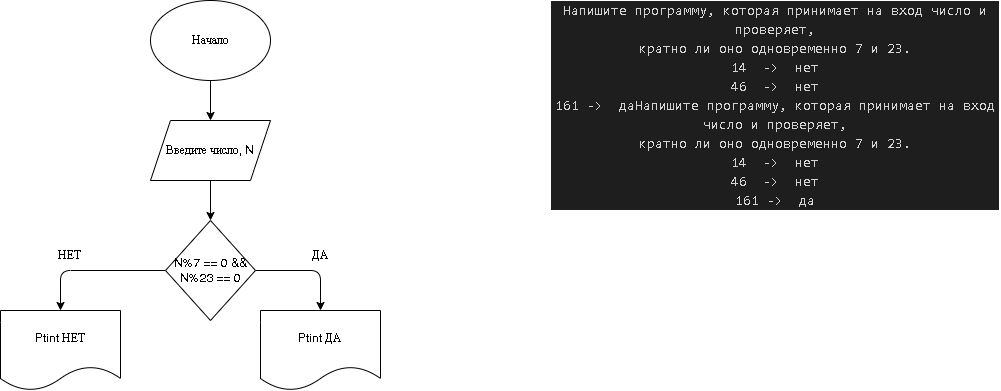
Earlier version of the draw.io export Tasks/Ex015_7-23/diagram.drawio.png (dvmax1984/Csharp25022023). Source tidied: cells renumbered, new cells last; positions are measured from the earlier drawing's top-left corner, leaving out a move shared by most shapes. The source it was exported from:
```xml
<mxGraphModel>
  <root>
    <mxCell id="0" />
    <mxCell id="1" parent="0" />
    <mxCell id="2" style="edgeStyle=none;html=1;" parent="1" edge="1" source="3" target="6">
      <mxGeometry relative="1" as="geometry" />
    </mxCell>
    <mxCell id="3" value="Начало" style="ellipse;whiteSpace=wrap;html=1;" parent="1" vertex="1">
      <mxGeometry x="150" width="120" height="80" as="geometry" />
    </mxCell>
    <mxCell id="4" value="&lt;div style=&quot;color: rgb(212, 212, 212); background-color: rgb(30, 30, 30); font-family: Consolas, &amp;quot;Courier New&amp;quot;, monospace; font-size: 14px; line-height: 19px;&quot;&gt;&lt;div&gt;Напишите программу, которая принимает на вход число и проверяет, &lt;/div&gt;&lt;div&gt;кратно ли оно одновременно 7 и 23.&lt;/div&gt;&lt;div&gt;14 &amp;nbsp;-&amp;gt; &amp;nbsp;нет&lt;/div&gt;&lt;div&gt;46 &amp;nbsp;-&amp;gt; &amp;nbsp;нет&lt;/div&gt;&lt;div&gt;161 -&amp;gt; &amp;nbsp;даНапишите программу, которая принимает на вход число и проверяет, &lt;/div&gt;&lt;div style=&quot;line-height: 19px;&quot;&gt;&lt;div&gt;кратно ли оно одновременно 7 и 23.&lt;/div&gt;&lt;div&gt;14 &amp;nbsp;-&amp;gt; &amp;nbsp;нет&lt;/div&gt;&lt;div&gt;46 &amp;nbsp;-&amp;gt; &amp;nbsp;нет&lt;/div&gt;&lt;div&gt;161 -&amp;gt; &amp;nbsp;да&lt;/div&gt;&lt;/div&gt;&lt;/div&gt;" style="text;strokeColor=none;align=center;fillColor=none;html=1;verticalAlign=middle;whiteSpace=wrap;rounded=0;" parent="1" vertex="1">
      <mxGeometry x="550" y="30" width="450" height="150" as="geometry" />
    </mxCell>
    <mxCell id="5" style="edgeStyle=none;html=1;" parent="1" edge="1" source="6" target="9">
      <mxGeometry relative="1" as="geometry" />
    </mxCell>
    <mxCell id="6" value="Введите число, N" style="shape=parallelogram;perimeter=parallelogramPerimeter;whiteSpace=wrap;html=1;fixedSize=1;" parent="1" vertex="1">
      <mxGeometry x="150" y="120" width="120" height="60" as="geometry" />
    </mxCell>
    <mxCell id="7" style="edgeStyle=none;html=1;exitX=1;exitY=0.5;exitDx=0;exitDy=0;entryX=0.5;entryY=0;entryDx=0;entryDy=0;" parent="1" edge="1" source="9" target="10">
      <mxGeometry relative="1" as="geometry">
        <Array as="points">
          <mxPoint x="320" y="270" />
        </Array>
      </mxGeometry>
    </mxCell>
    <mxCell id="8" style="edgeStyle=none;html=1;exitX=0;exitY=0.5;exitDx=0;exitDy=0;entryX=0.5;entryY=0;entryDx=0;entryDy=0;" parent="1" edge="1" source="9" target="11">
      <mxGeometry relative="1" as="geometry">
        <Array as="points">
          <mxPoint x="60" y="270" />
        </Array>
      </mxGeometry>
    </mxCell>
    <mxCell id="9" value="N%7 == 0 &amp;amp;&amp;amp; N%23 == 0" style="rhombus;whiteSpace=wrap;html=1;" parent="1" vertex="1">
      <mxGeometry x="165" y="220" width="90" height="100" as="geometry" />
    </mxCell>
    <mxCell id="10" value="Ptint ДА" style="shape=document;whiteSpace=wrap;html=1;boundedLbl=1;" parent="1" vertex="1">
      <mxGeometry x="260" y="310" width="120" height="80" as="geometry" />
    </mxCell>
    <mxCell id="11" value="Ptint НЕТ" style="shape=document;whiteSpace=wrap;html=1;boundedLbl=1;" parent="1" vertex="1">
      <mxGeometry y="310" width="120" height="80" as="geometry" />
    </mxCell>
    <mxCell id="12" value="ДА" style="text;strokeColor=none;align=center;fillColor=none;html=1;verticalAlign=middle;whiteSpace=wrap;rounded=0;" parent="1" vertex="1">
      <mxGeometry x="290" y="240" width="60" height="30" as="geometry" />
    </mxCell>
    <mxCell id="13" value="НЕТ" style="text;strokeColor=none;align=center;fillColor=none;html=1;verticalAlign=middle;whiteSpace=wrap;rounded=0;" parent="1" vertex="1">
      <mxGeometry x="40" y="240" width="60" height="30" as="geometry" />
    </mxCell>
  </root>
</mxGraphModel>
```
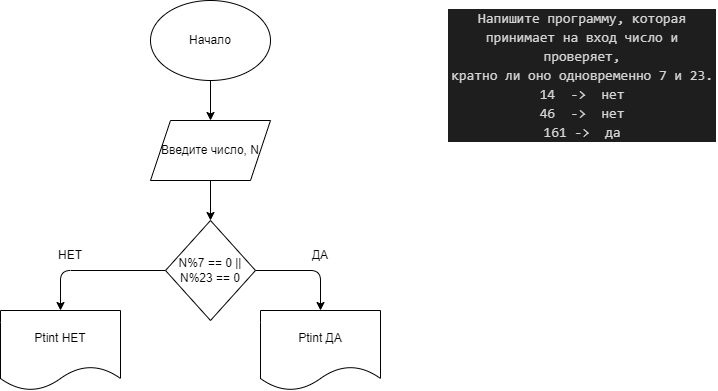
Later version of the same file.

The edit, as a diff of the source:
```diff
@@ -8,8 +8,8 @@
     <mxCell id="3" value="Начало" style="ellipse;whiteSpace=wrap;html=1;" parent="1" vertex="1">
       <mxGeometry x="150" width="120" height="80" as="geometry" />
     </mxCell>
-    <mxCell id="4" value="&lt;div style=&quot;color: rgb(212, 212, 212); background-color: rgb(30, 30, 30); font-family: Consolas, &amp;quot;Courier New&amp;quot;, monospace; font-size: 14px; line-height: 19px;&quot;&gt;&lt;div&gt;Напишите программу, которая принимает на вход число и проверяет, &lt;/div&gt;&lt;div&gt;кратно ли оно одновременно 7 и 23.&lt;/div&gt;&lt;div&gt;14 &amp;nbsp;-&amp;gt; &amp;nbsp;нет&lt;/div&gt;&lt;div&gt;46 &amp;nbsp;-&amp;gt; &amp;nbsp;нет&lt;/div&gt;&lt;div&gt;161 -&amp;gt; &amp;nbsp;даНапишите программу, которая принимает на вход число и проверяет, &lt;/div&gt;&lt;div style=&quot;line-height: 19px;&quot;&gt;&lt;div&gt;кратно ли оно одновременно 7 и 23.&lt;/div&gt;&lt;div&gt;14 &amp;nbsp;-&amp;gt; &amp;nbsp;нет&lt;/div&gt;&lt;div&gt;46 &amp;nbsp;-&amp;gt; &amp;nbsp;нет&lt;/div&gt;&lt;div&gt;161 -&amp;gt; &amp;nbsp;да&lt;/div&gt;&lt;/div&gt;&lt;/div&gt;" style="text;strokeColor=none;align=center;fillColor=none;html=1;verticalAlign=middle;whiteSpace=wrap;rounded=0;" parent="1" vertex="1">
-      <mxGeometry x="550" y="30" width="450" height="150" as="geometry" />
+    <mxCell id="4" value="&lt;div style=&quot;color: rgb(212, 212, 212); background-color: rgb(30, 30, 30); font-family: Consolas, &amp;quot;Courier New&amp;quot;, monospace; font-size: 14px; line-height: 19px;&quot;&gt;&lt;div&gt;Напишите программу, которая принимает на вход число и проверяет, &lt;/div&gt;&lt;div&gt;кратно ли оно одновременно 7 и 23.&lt;/div&gt;&lt;div&gt;14 &amp;nbsp;-&amp;gt; &amp;nbsp;нет&lt;/div&gt;&lt;div&gt;46 &amp;nbsp;-&amp;gt; &amp;nbsp;нет&lt;/div&gt;&lt;div&gt;161 -&amp;gt; &amp;nbsp;да&lt;/div&gt;&lt;/div&gt;" style="text;strokeColor=none;align=center;fillColor=none;html=1;verticalAlign=middle;whiteSpace=wrap;rounded=0;" parent="1" vertex="1">
+      <mxGeometry x="447" width="270" height="150" as="geometry" />
     </mxCell>
     <mxCell id="5" style="edgeStyle=none;html=1;" parent="1" edge="1" source="6" target="9">
       <mxGeometry relative="1" as="geometry" />
@@ -31,7 +31,7 @@
         </Array>
       </mxGeometry>
     </mxCell>
-    <mxCell id="9" value="N%7 == 0 &amp;amp;&amp;amp; N%23 == 0" style="rhombus;whiteSpace=wrap;html=1;" parent="1" vertex="1">
+    <mxCell id="9" value="N%7 == 0 || N%23 == 0" style="rhombus;whiteSpace=wrap;html=1;" parent="1" vertex="1">
       <mxGeometry x="165" y="220" width="90" height="100" as="geometry" />
     </mxCell>
     <mxCell id="10" value="Ptint ДА" style="shape=document;whiteSpace=wrap;html=1;boundedLbl=1;" parent="1" vertex="1">
```
